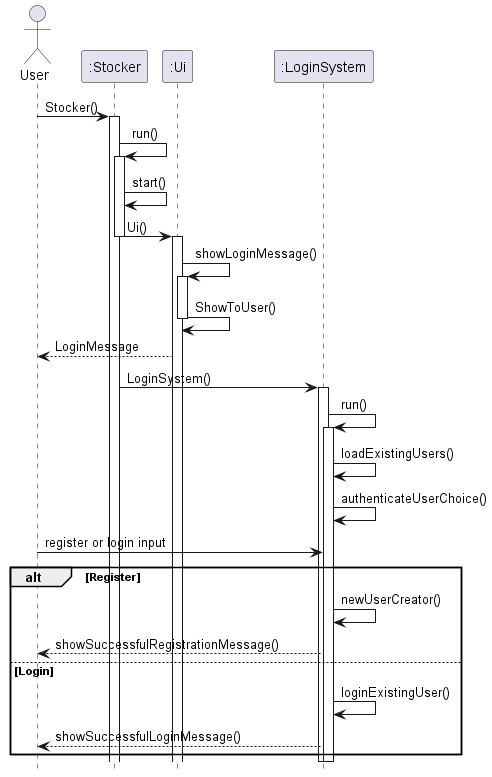
The PlantUML diagram docs/UML Diagrams/StockerToLoginSystem.png in nus-cs2113-AY2324S1/tp, before a commit.
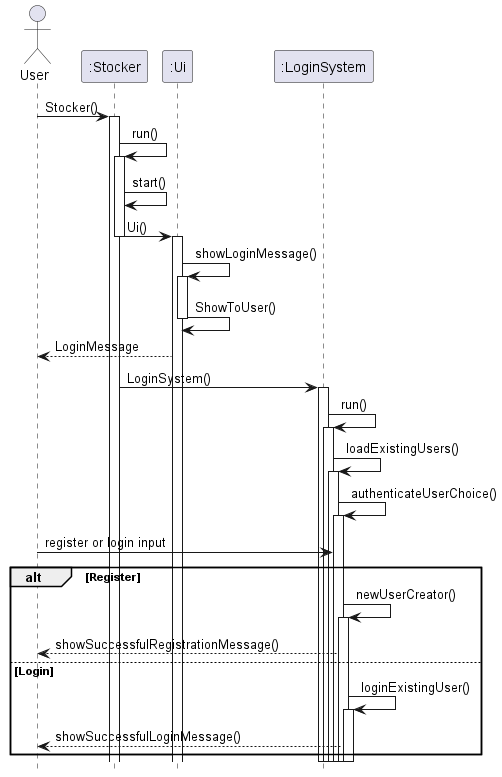
After the change.

Commit message:
Update UML Diagram and PPP

The edit, as a diff of the source:
```diff
@@ -26,16 +26,20 @@
 LoginSystem -> LoginSystem : run()
 activate LoginSystem
 LoginSystem -> LoginSystem : loadExistingUsers()
+activate LoginSystem
 LoginSystem -> LoginSystem: authenticateUserChoice()
+activate LoginSystem
 User -> LoginSystem : register or login input
 
 alt  Register
 
 LoginSystem -> LoginSystem : newUserCreator()
+activate LoginSystem
 LoginSystem --> User : showSuccessfulRegistrationMessage()
 
 else Login
 LoginSystem ->LoginSystem : loginExistingUser()
+activate LoginSystem
 LoginSystem --> User: showSuccessfulLoginMessage()
 
 end
@@ -43,4 +47,12 @@
 
 deactivate LoginSystem
 
+deactivate LoginSystem
+
+deactivate LoginSystem
+
+deactivate LoginSystem
+
+deactivate LoginSystem
+
 @enduml
```
